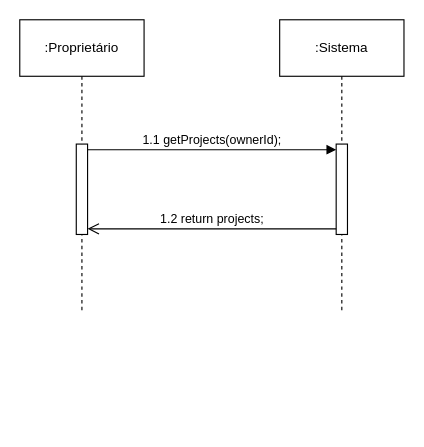
Earlier version of the draw.io diagram Trabalho final/5 - DSS/1 - Ver projetos.drawio (ViniciusKurek/CalculadoraAPS). Source tidied: cells renumbered, new cells numbered last; positions are measured from the earlier drawing's top-left corner, leaving out a move shared by most shapes. Both pictures are drawn from the tidied source at 113%, with x=0, y=0 at pixel (19, 19).
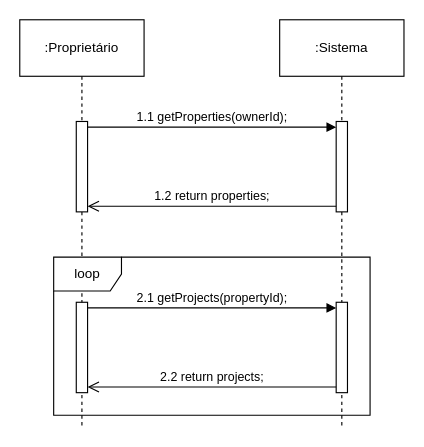
Above is the later version.

The edit, as a diff of the source:
```diff
@@
 <mxGraphModel>
   <root>
     <mxCell id="0" />
     <mxCell id="1" parent="0" />
     <mxCell id="2" style="edgeStyle=orthogonalEdgeStyle;rounded=0;jettySize=auto;html=1;endArrow=none;endFill=0;dashed=1;" parent="1" edge="1" source="3">
       <mxGeometry relative="1" as="geometry">
-        <mxPoint x="55" y="260" as="targetPoint" />
+        <mxPoint x="55" y="360" as="targetPoint" />
       </mxGeometry>
     </mxCell>
     <mxCell id="3" value=":Proprietário" style="html=1;whiteSpace=wrap;" parent="1" vertex="1">
       <mxGeometry width="110" height="50" as="geometry" />
     </mxCell>
     <mxCell id="4" style="edgeStyle=orthogonalEdgeStyle;rounded=0;jettySize=auto;html=1;dashed=1;endArrow=none;endFill=0;" parent="1" edge="1" source="5">
       <mxGeometry relative="1" as="geometry">
-        <mxPoint x="285" y="260" as="targetPoint" />
+        <mxPoint x="285" y="360" as="targetPoint" />
       </mxGeometry>
     </mxCell>
     <mxCell id="5" value=":Sistema" style="html=1;whiteSpace=wrap;" parent="1" vertex="1">
       <mxGeometry x="230" width="110" height="50" as="geometry" />
     </mxCell>
     <mxCell id="6" style="html=1;points=[[0,0,0,0,5],[0,1,0,0,-5],[1,0,0,0,5],[1,1,0,0,-5]];perimeter=orthogonalPerimeter;outlineConnect=0;targetShapes=umlLifeline;portConstraint=eastwest;newEdgeStyle={&quot;curved&quot;:0,&quot;rounded&quot;:0};" parent="1" vertex="1">
-      <mxGeometry x="280" y="110" width="10" height="80" as="geometry" />
+      <mxGeometry x="280" y="250" width="10" height="80" as="geometry" />
     </mxCell>
-    <mxCell id="7" value="1.1 getProjects(ownerId);" style="html=1;verticalAlign=bottom;endArrow=block;curved=0;rounded=0;entryX=0;entryY=0;entryDx=0;entryDy=5;exitX=1;exitY=0;exitDx=0;exitDy=5;exitPerimeter=0;" parent="1" edge="1" source="9" target="6">
+    <mxCell id="7" value="2.1 getProjects(propertyId);" style="html=1;verticalAlign=bottom;endArrow=block;curved=0;rounded=0;entryX=0;entryY=0;entryDx=0;entryDy=5;exitX=1;exitY=0;exitDx=0;exitDy=5;exitPerimeter=0;" parent="1" edge="1" source="9" target="6">
       <mxGeometry relative="1" as="geometry" />
     </mxCell>
-    <mxCell id="8" value="1.2 return projects;" style="html=1;verticalAlign=bottom;endArrow=open;endSize=8;curved=0;rounded=0;exitX=0;exitY=1;exitDx=0;exitDy=-5;entryX=1;entryY=1;entryDx=0;entryDy=-5;entryPerimeter=0;" parent="1" edge="1" source="6" target="9">
+    <mxCell id="8" value="2.2 return projects;" style="html=1;verticalAlign=bottom;endArrow=open;endSize=8;curved=0;rounded=0;exitX=0;exitY=1;exitDx=0;exitDy=-5;entryX=1;entryY=1;entryDx=0;entryDy=-5;entryPerimeter=0;" parent="1" edge="1" source="6" target="9">
       <mxGeometry relative="1" as="geometry" />
     </mxCell>
     <mxCell id="9" style="html=1;points=[[0,0,0,0,5],[0,1,0,0,-5],[1,0,0,0,5],[1,1,0,0,-5]];perimeter=orthogonalPerimeter;outlineConnect=0;targetShapes=umlLifeline;portConstraint=eastwest;newEdgeStyle={&quot;curved&quot;:0,&quot;rounded&quot;:0};" parent="1" vertex="1">
-      <mxGeometry x="50" y="110" width="10" height="80" as="geometry" />
+      <mxGeometry x="50" y="250" width="10" height="80" as="geometry" />
     </mxCell>
+    <mxCell id="10" style="html=1;points=[[0,0,0,0,5],[0,1,0,0,-5],[1,0,0,0,5],[1,1,0,0,-5]];perimeter=orthogonalPerimeter;outlineConnect=0;targetShapes=umlLifeline;portConstraint=eastwest;newEdgeStyle={&quot;curved&quot;:0,&quot;rounded&quot;:0};" parent="1" vertex="1">
+      <mxGeometry x="280" y="90" width="10" height="80" as="geometry" />
+    </mxCell>
+    <mxCell id="11" value="1.1 getProperties(ownerId);" style="html=1;verticalAlign=bottom;endArrow=block;curved=0;rounded=0;entryX=0;entryY=0;entryDx=0;entryDy=5;exitX=1;exitY=0;exitDx=0;exitDy=5;exitPerimeter=0;" parent="1" edge="1" source="13" target="10">
+      <mxGeometry relative="1" as="geometry" />
+    </mxCell>
+    <mxCell id="12" value="1.2 return properties;" style="html=1;verticalAlign=bottom;endArrow=open;endSize=8;curved=0;rounded=0;exitX=0;exitY=1;exitDx=0;exitDy=-5;entryX=1;entryY=1;entryDx=0;entryDy=-5;entryPerimeter=0;" parent="1" edge="1" source="10" target="13">
+      <mxGeometry relative="1" as="geometry" />
+    </mxCell>
+    <mxCell id="13" style="html=1;points=[[0,0,0,0,5],[0,1,0,0,-5],[1,0,0,0,5],[1,1,0,0,-5]];perimeter=orthogonalPerimeter;outlineConnect=0;targetShapes=umlLifeline;portConstraint=eastwest;newEdgeStyle={&quot;curved&quot;:0,&quot;rounded&quot;:0};" parent="1" vertex="1">
+      <mxGeometry x="50" y="90" width="10" height="80" as="geometry" />
+    </mxCell>
+    <mxCell id="14" value="loop" style="shape=umlFrame;whiteSpace=wrap;html=1;" parent="1" vertex="1">
+      <mxGeometry x="30" y="210" width="280" height="140" as="geometry" />
+    </mxCell>
   </root>
 </mxGraphModel>
```
